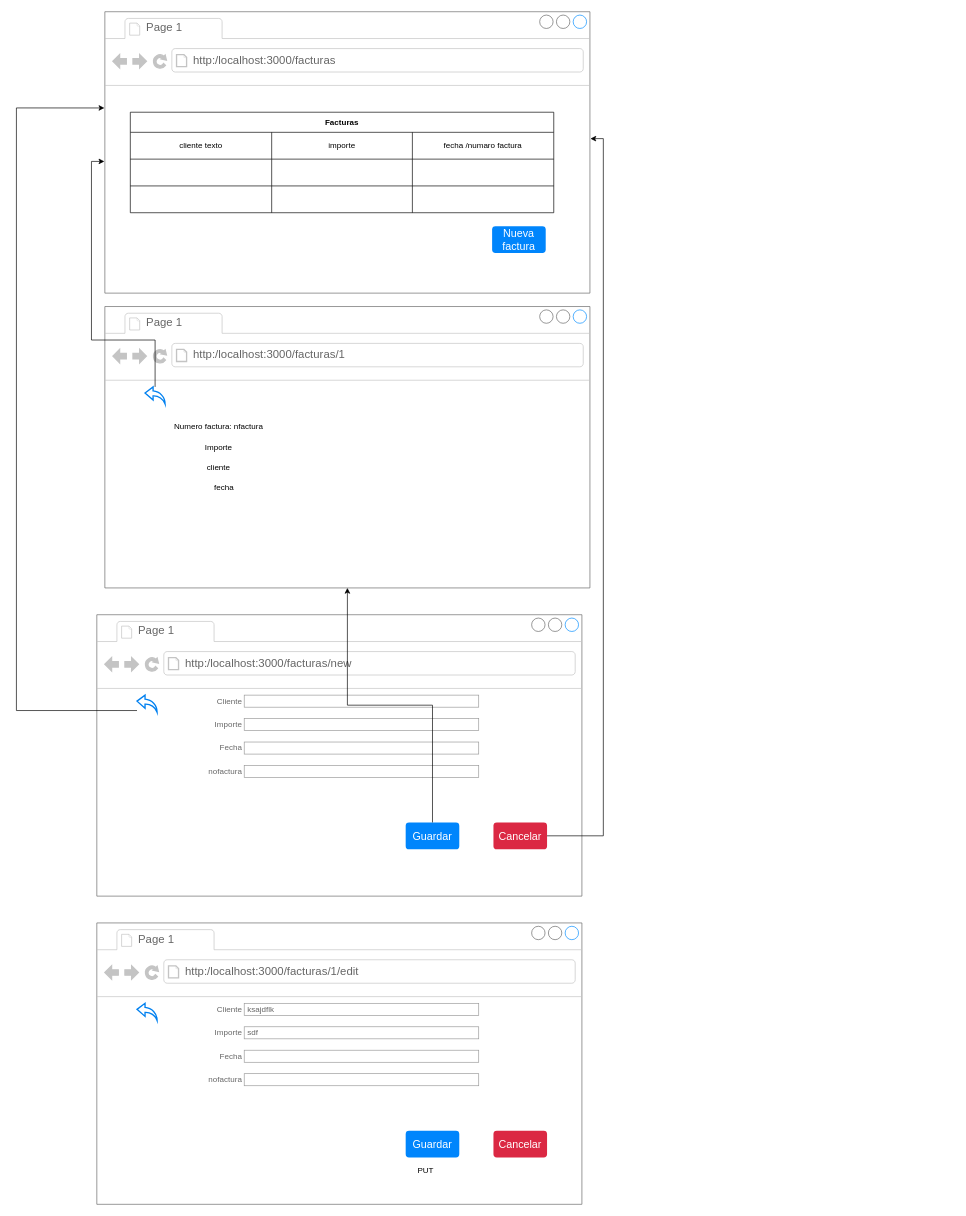
The draw.io diagram page "Página-1" (1 of 2) of ejercicios.drawio in afoone/edibo2021, before the edit. Source tidied: cells renumbered, new cells numbered last; positions are measured from the earlier drawing's top-left corner, leaving out a move shared by most shapes. Both pictures are drawn from the tidied source at 67%, with x=0, y=0 at pixel (16, 11).
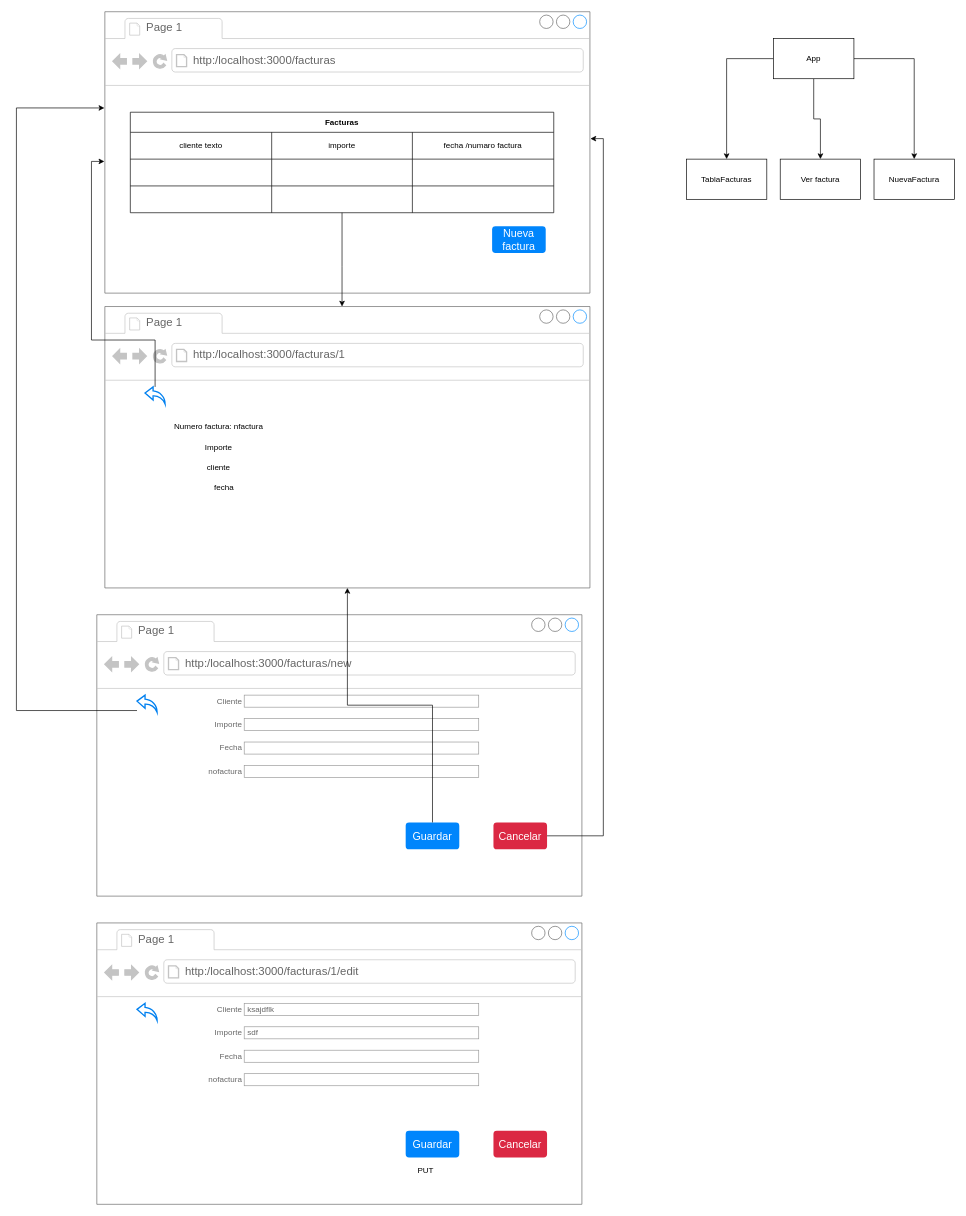
After the change.

Unchanged cells that the change refers to:
```xml
<mxCell id="5" value="Facturas" style="shape=table;html=1;whiteSpace=wrap;startSize=30;childLayout=tableLayout;fontStyle=1;align=center;" parent="2" vertex="1">
  <mxGeometry x="38" y="150" width="632" height="150" as="geometry" />
</mxCell>
<mxCell id="19" style="strokeWidth=1;shadow=0;dashed=0;align=center;html=1;shape=mxgraph.mockup.containers.browserWindow;rSize=0;strokeColor=#666666;strokeColor2=#008cff;strokeColor3=#c4c4c4;mainText=,;" parent="1" vertex="1">
  <mxGeometry x="132" y="440" width="724" height="420" as="geometry" />
</mxCell>
```

What changed in the source:
```diff
@@
+    <mxCell id="60" style="edgeStyle=orthogonalEdgeStyle;rounded=0;jettySize=auto;html=1;" parent="1" edge="1" source="5" target="19">
+      <mxGeometry relative="1" as="geometry">
+        <Array as="points">
+          <mxPoint x="486" y="380" />
+          <mxPoint x="486" y="380" />
+        </Array>
+      </mxGeometry>
+    </mxCell>
+    <mxCell id="61" style="edgeStyle=orthogonalEdgeStyle;rounded=0;jettySize=auto;html=1;" parent="1" edge="1" source="64" target="65">
+      <mxGeometry relative="1" as="geometry" />
+    </mxCell>
+    <mxCell id="62" style="edgeStyle=orthogonalEdgeStyle;rounded=0;jettySize=auto;html=1;" parent="1" edge="1" source="64" target="66">
+      <mxGeometry relative="1" as="geometry" />
+    </mxCell>
+    <mxCell id="63" style="edgeStyle=orthogonalEdgeStyle;rounded=0;jettySize=auto;html=1;" parent="1" edge="1" source="64" target="67">
+      <mxGeometry relative="1" as="geometry" />
+    </mxCell>
+    <mxCell id="64" value="App" style="rounded=0;whiteSpace=wrap;html=1;" parent="1" vertex="1">
+      <mxGeometry x="1130" y="40" width="120" height="60" as="geometry" />
+    </mxCell>
+    <mxCell id="65" value="TablaFacturas" style="rounded=0;whiteSpace=wrap;html=1;" parent="1" vertex="1">
+      <mxGeometry x="1000" y="220" width="120" height="60" as="geometry" />
+    </mxCell>
+    <mxCell id="66" value="Ver factura" style="rounded=0;whiteSpace=wrap;html=1;" parent="1" vertex="1">
+      <mxGeometry x="1140" y="220" width="120" height="60" as="geometry" />
+    </mxCell>
+    <mxCell id="67" value="NuevaFactura" style="rounded=0;whiteSpace=wrap;html=1;" parent="1" vertex="1">
+      <mxGeometry x="1280" y="220" width="120" height="60" as="geometry" />
+    </mxCell>
```
